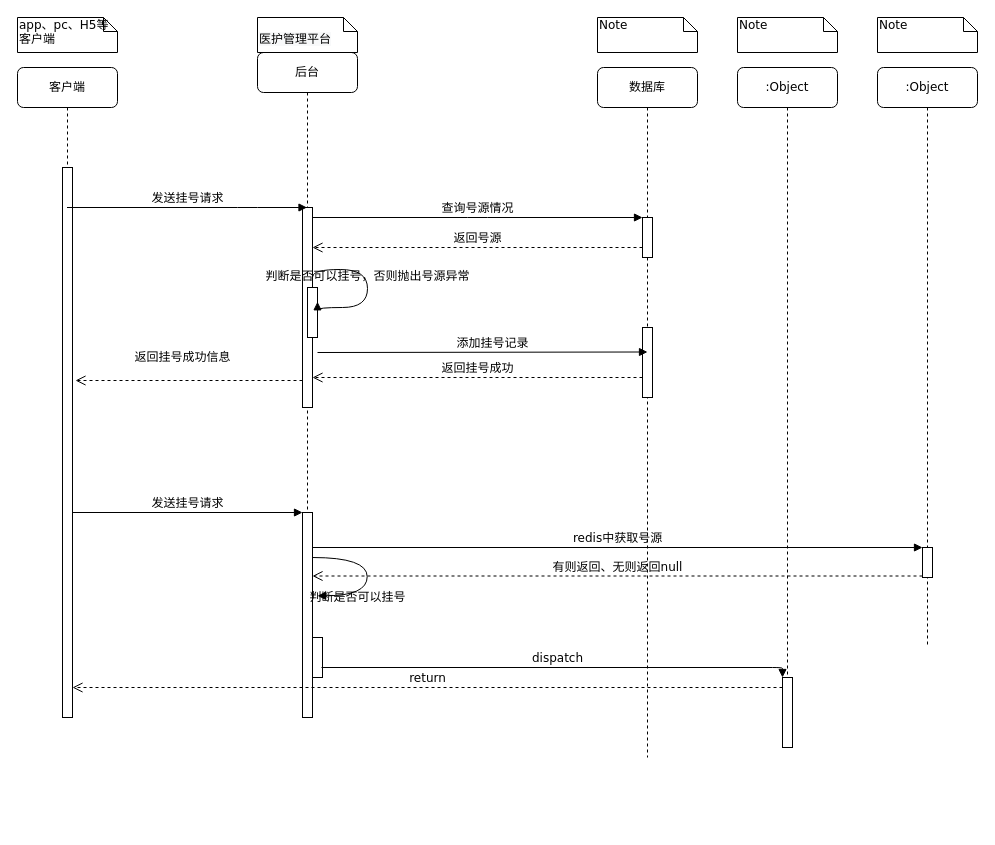
Above: eladmin-system/Untitled Diagram.drawio in dotted-winner/eladmin (draw.io), before the change. Source tidied: cells renumbered, new cells numbered last; positions are measured from the earlier drawing's top-left corner, leaving out a move shared by most shapes. Both pictures are drawn from the tidied source at 100%, with x=0, y=0 at pixel (17, 17).
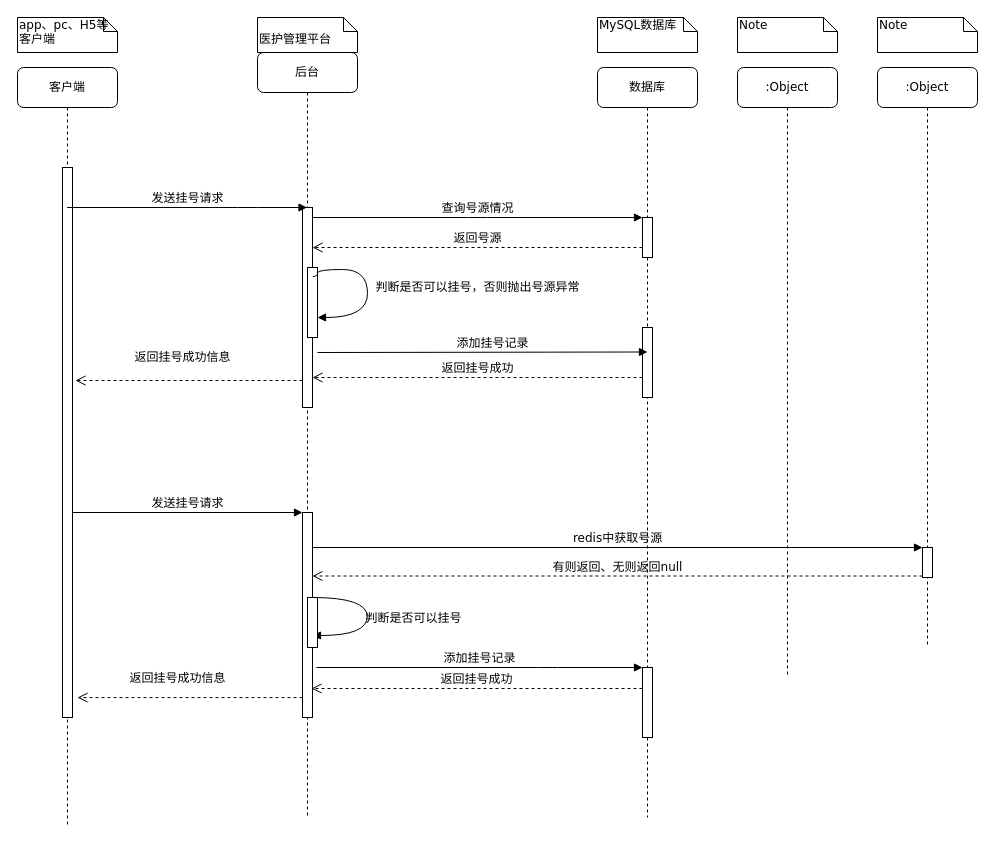
After the change.

The change refers to these unchanged cells:
```xml
<mxCell id="3" style="html=1;points=[];perimeter=orthogonalPerimeter;rounded=0;shadow=0;comic=0;labelBackgroundColor=none;strokeWidth=1;fontFamily=Verdana;fontSize=12;align=center;" parent="2" vertex="1">
  <mxGeometry x="45" y="460" width="10" height="205" as="geometry" />
</mxCell>
<mxCell id="11" style="html=1;points=[];perimeter=orthogonalPerimeter;rounded=0;shadow=0;comic=0;labelBackgroundColor=none;strokeWidth=1;fontFamily=Verdana;fontSize=12;align=center;" parent="10" vertex="1">
  <mxGeometry x="45" y="100" width="10" height="550" as="geometry" />
</mxCell>
<mxCell id="12" style="html=1;points=[];perimeter=orthogonalPerimeter;rounded=0;shadow=0;comic=0;labelBackgroundColor=none;strokeWidth=1;fontFamily=Verdana;fontSize=12;align=center;" parent="1" vertex="1">
  <mxGeometry x="285" y="190" width="10" height="200" as="geometry" />
</mxCell>
```

Diff of the diagram source:
```diff
@@
     <mxCell id="2" value="后台" style="shape=umlLifeline;perimeter=lifelinePerimeter;whiteSpace=wrap;html=1;outlineConnect=0;rounded=1;shadow=0;comic=0;labelBackgroundColor=none;strokeWidth=1;fontFamily=Verdana;fontSize=12;align=center;" parent="1" vertex="1">
-      <mxGeometry x="240" y="35" width="100" height="600" as="geometry" />
+      <mxGeometry x="240" y="35" width="100" height="765" as="geometry" />
     </mxCell>
@@
-    <mxCell id="4" style="html=1;points=[];perimeter=orthogonalPerimeter;rounded=0;shadow=0;comic=0;labelBackgroundColor=none;strokeWidth=1;fontFamily=Verdana;fontSize=12;align=center;" parent="2" vertex="1">
-      <mxGeometry x="55" y="585" width="10" height="40" as="geometry" />
-    </mxCell>
     <mxCell id="5" value="数据库" style="shape=umlLifeline;perimeter=lifelinePerimeter;whiteSpace=wrap;html=1;rounded=1;shadow=0;comic=0;labelBackgroundColor=none;strokeWidth=1;fontFamily=Verdana;fontSize=12;align=center;" parent="1" vertex="1">
-      <mxGeometry x="580" y="50" width="100" height="690" as="geometry" />
+      <mxGeometry x="580" y="50" width="100" height="750" as="geometry" />
     </mxCell>
@@
+    <mxCell id="30" style="html=1;points=[];perimeter=orthogonalPerimeter;rounded=0;shadow=0;comic=0;labelBackgroundColor=none;strokeWidth=1;fontFamily=Verdana;fontSize=12;align=center;" parent="5" vertex="1">
+      <mxGeometry x="45" y="600" width="10" height="70" as="geometry" />
+    </mxCell>
@@
     <mxCell id="10" value="客户端" style="shape=umlLifeline;perimeter=lifelinePerimeter;whiteSpace=wrap;html=1;outlineConnect=0;rounded=1;shadow=0;comic=0;labelBackgroundColor=none;strokeWidth=1;fontFamily=Verdana;fontSize=12;align=center;" parent="1" vertex="1">
-      <mxGeometry y="50" width="100" height="650" as="geometry" />
+      <mxGeometry y="50" width="100" height="760" as="geometry" />
     </mxCell>
@@
-    <mxCell id="20" value="dispatch" style="html=1;verticalAlign=bottom;endArrow=block;entryX=0;entryY=0;labelBackgroundColor=none;fontFamily=Verdana;fontSize=12;edgeStyle=elbowEdgeStyle;elbow=vertical;exitX=0.9;exitY=0.75;exitDx=0;exitDy=0;exitPerimeter=0;" parent="1" edge="1" source="4" target="30">
+    <mxCell id="20" value="添加挂号记录" style="html=1;verticalAlign=bottom;endArrow=block;entryX=0;entryY=0;labelBackgroundColor=none;fontFamily=Verdana;fontSize=12;edgeStyle=elbowEdgeStyle;elbow=vertical;" parent="1" edge="1" target="30">
       <mxGeometry relative="1" as="geometry">
+        <mxPoint x="299" y="650" as="sourcePoint" />
         <Array as="points">
           <mxPoint x="530" y="650" />
           <mxPoint x="530" y="650" />
           <mxPoint x="440" y="625" />
           <mxPoint x="550" y="590" />
           <mxPoint x="740" y="620" />
           <mxPoint x="740" y="580" />
         </Array>
       </mxGeometry>
     </mxCell>
-    <mxCell id="21" value="return" style="html=1;verticalAlign=bottom;endArrow=open;dashed=1;endSize=8;labelBackgroundColor=none;fontFamily=Verdana;fontSize=12;edgeStyle=elbowEdgeStyle;elbow=vertical;" parent="1" edge="1" source="30" target="11">
+    <mxCell id="21" value="返回挂号成功" style="html=1;verticalAlign=bottom;endArrow=open;dashed=1;endSize=8;labelBackgroundColor=none;fontFamily=Verdana;fontSize=12;edgeStyle=elbowEdgeStyle;elbow=vertical;entryX=0.9;entryY=0.859;entryDx=0;entryDy=0;entryPerimeter=0;" parent="1" edge="1" source="30" target="3">
       <mxGeometry relative="1" as="geometry">
         <Array as="points">
+          <mxPoint x="330" y="671" />
+          <mxPoint x="370" y="690" />
+          <mxPoint x="330" y="670" />
+          <mxPoint x="340" y="680" />
           <mxPoint x="250" y="670" />
           <mxPoint x="470" y="570" />
         </Array>
       </mxGeometry>
     </mxCell>
     <mxCell id="22" style="html=1;points=[];perimeter=orthogonalPerimeter;rounded=0;shadow=0;comic=0;labelBackgroundColor=none;strokeWidth=1;fontFamily=Verdana;fontSize=12;align=center;" parent="1" vertex="1">
-      <mxGeometry x="290" y="270" width="10" height="50" as="geometry" />
+      <mxGeometry x="290" y="250" width="10" height="70" as="geometry" />
     </mxCell>
-    <mxCell id="23" value="判断是否可以挂号，否则抛出号源异常" style="html=1;verticalAlign=bottom;endArrow=block;labelBackgroundColor=none;fontFamily=Verdana;fontSize=12;elbow=vertical;edgeStyle=orthogonalEdgeStyle;curved=1;entryX=1;entryY=0.286;entryPerimeter=0;exitX=1.038;exitY=0.345;exitPerimeter=0;" parent="1" edge="1" source="12" target="22">
-      <mxGeometry relative="1" as="geometry">
+    <mxCell id="23" value="判断是否可以挂号，否则抛出号源异常" style="html=1;verticalAlign=bottom;endArrow=block;labelBackgroundColor=none;fontFamily=Verdana;fontSize=12;elbow=vertical;edgeStyle=orthogonalEdgeStyle;curved=1;exitX=1.038;exitY=0.345;exitPerimeter=0;" parent="1" edge="1" source="12">
+      <mxGeometry x="0.12" y="110" relative="1" as="geometry">
+        <mxPoint x="300" y="300" as="targetPoint" />
         <Array as="points">
+          <mxPoint x="300" y="259" />
+          <mxPoint x="300" y="252" />
           <mxPoint x="350" y="252" />
-          <mxPoint x="350" y="290" />
+          <mxPoint x="350" y="300" />
         </Array>
       </mxGeometry>
     </mxCell>
-    <mxCell id="24" value="判断是否可以挂号" style="html=1;verticalAlign=bottom;endArrow=block;labelBackgroundColor=none;fontFamily=Verdana;fontSize=12;elbow=vertical;edgeStyle=orthogonalEdgeStyle;curved=1;entryX=1;entryY=0.286;entryPerimeter=0;exitX=1.038;exitY=0.345;exitPerimeter=0;" parent="1" edge="1">
-      <mxGeometry x="0.44" y="11" relative="1" as="geometry">
-        <mxPoint x="295" y="540" as="sourcePoint" />
-        <mxPoint x="300" y="578.3" as="targetPoint" />
+    <mxCell id="24" value="判断是否可以挂号" style="html=1;verticalAlign=bottom;endArrow=block;labelBackgroundColor=none;fontFamily=Verdana;fontSize=12;elbow=vertical;edgeStyle=orthogonalEdgeStyle;curved=1;exitX=1.038;exitY=0.345;exitPerimeter=0;" parent="1" edge="1">
+      <mxGeometry x="0.3" y="-51" relative="1" as="geometry">
+        <mxPoint x="295" y="580" as="sourcePoint" />
+        <mxPoint x="295" y="618" as="targetPoint" />
         <Array as="points">
-          <mxPoint x="349.7" y="540" />
-          <mxPoint x="349.7" y="578" />
+          <mxPoint x="349.7" y="580" />
+          <mxPoint x="349.7" y="618" />
         </Array>
+        <mxPoint x="50" y="43" as="offset" />
       </mxGeometry>
     </mxCell>
@@
-    <mxCell id="27" value="Note" style="shape=note;whiteSpace=wrap;html=1;size=14;verticalAlign=top;align=left;spacingTop=-6;rounded=0;shadow=0;comic=0;labelBackgroundColor=none;strokeWidth=1;fontFamily=Verdana;fontSize=12;" parent="1" vertex="1">
+    <mxCell id="27" value="MySQL数据库" style="shape=note;whiteSpace=wrap;html=1;size=14;verticalAlign=top;align=left;spacingTop=-6;rounded=0;shadow=0;comic=0;labelBackgroundColor=none;strokeWidth=1;fontFamily=Verdana;fontSize=12;" parent="1" vertex="1">
       <mxGeometry x="580" width="100" height="35" as="geometry" />
     </mxCell>
@@
-    <mxCell id="30" style="html=1;points=[];perimeter=orthogonalPerimeter;rounded=0;shadow=0;comic=0;labelBackgroundColor=none;strokeWidth=1;fontFamily=Verdana;fontSize=12;align=center;" parent="1" vertex="1">
-      <mxGeometry x="765" y="660" width="10" height="70" as="geometry" />
-    </mxCell>
@@
+    <mxCell id="4" style="html=1;points=[];perimeter=orthogonalPerimeter;rounded=0;shadow=0;comic=0;labelBackgroundColor=none;strokeWidth=1;fontFamily=Verdana;fontSize=12;align=center;" parent="1" vertex="1">
+      <mxGeometry x="290" y="580" width="10" height="50" as="geometry" />
+    </mxCell>
+    <mxCell id="34" value="返回挂号成功信息" style="html=1;verticalAlign=bottom;endArrow=open;dashed=1;endSize=8;labelBackgroundColor=none;fontFamily=Verdana;fontSize=12;edgeStyle=elbowEdgeStyle;elbow=vertical;" parent="1" edge="1">
+      <mxGeometry x="1" y="-100" relative="1" as="geometry">
+        <mxPoint x="285" y="680.1" as="sourcePoint" />
+        <mxPoint x="60" y="680" as="targetPoint" />
+        <Array as="points">
+          <mxPoint x="150" y="680.1" />
+          <mxPoint x="230" y="671.6" />
+          <mxPoint x="260" y="671.6" />
+        </Array>
+        <mxPoint y="-10" as="offset" />
+      </mxGeometry>
+    </mxCell>
```
